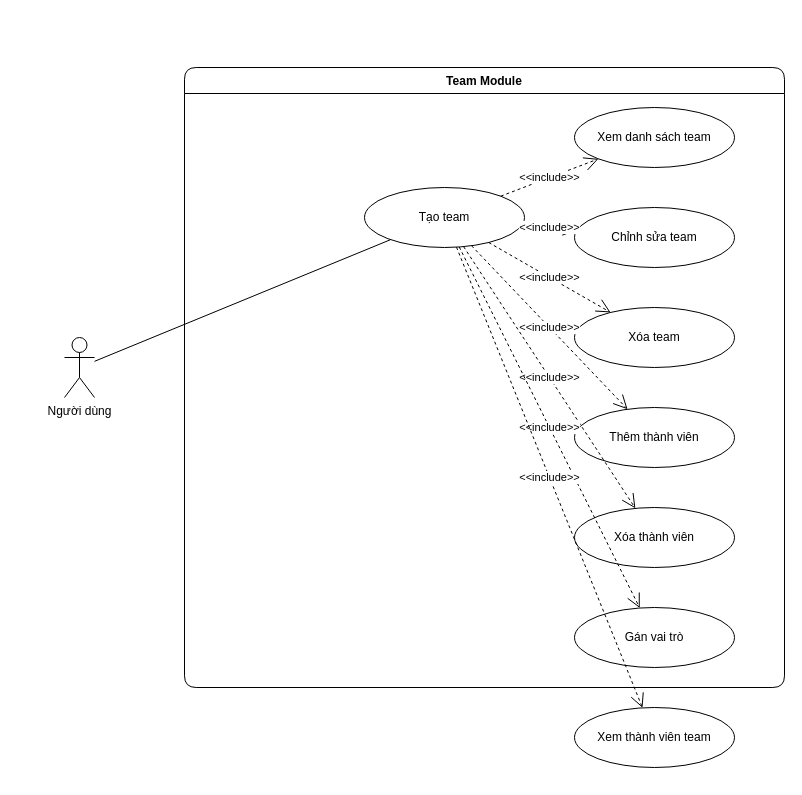
NhatTanEDU/Web_UniPlan keeps this draw.io diagram as drawio/USECASE/Team.usecase.drawio. Above is the earlier version. Source tidied: cells renumbered, new cells numbered last; positions are measured from the earlier drawing's top-left corner, leaving out a move shared by most shapes. Both pictures are drawn from the tidied source at 100%, with x=0, y=0 at pixel (64, 67).
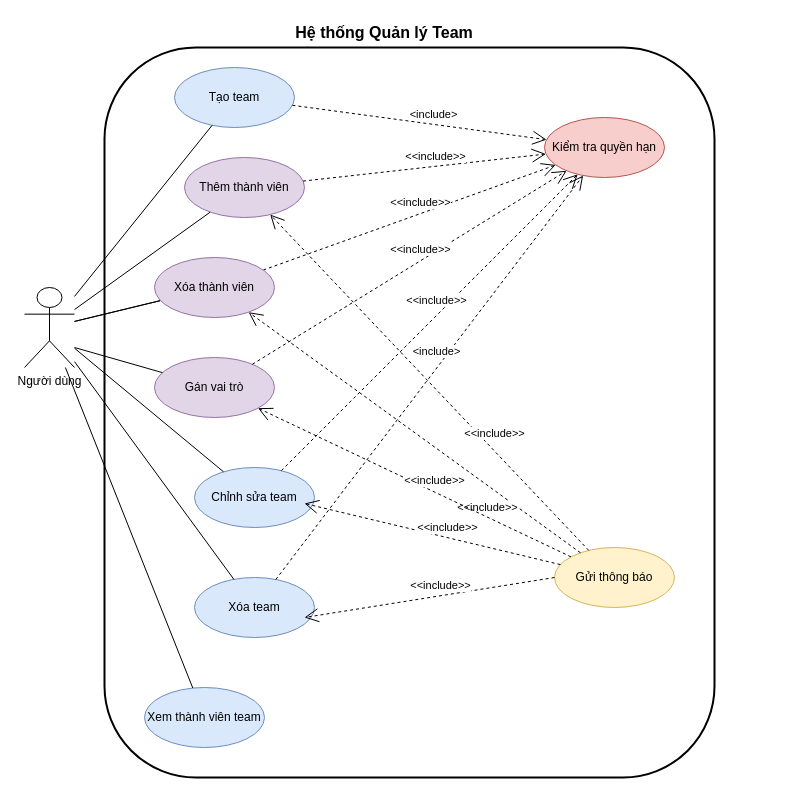
The same diagram, later.

What changed in the source:
```diff
@@
     <mxCell id="2" value="Người dùng" style="shape=umlActor;verticalLabelPosition=bottom;verticalAlign=top;html=1;outlineConnect=0;" parent="1" vertex="1">
-      <mxGeometry y="270" width="30" height="60" as="geometry" />
+      <mxGeometry x="-40" y="220" width="50" height="80" as="geometry" />
     </mxCell>
+    <mxCell id="20" value="Hệ thống Quản lý Team" style="text;html=1;strokeColor=none;fillColor=none;align=center;verticalAlign=middle;whiteSpace=wrap;rounded=0;fontSize=16;fontStyle=1;" parent="1" vertex="1">
+      <mxGeometry x="220" y="-50" width="200" height="30" as="geometry" />
+    </mxCell>
-    <mxCell id="3" value="Team Module" style="swimlane;fontStyle=1;align=center;verticalAlign=top;horizontal=1;startSize=26;rounded=1;" parent="1" vertex="1">
-      <mxGeometry x="120" width="600" height="620" as="geometry" />
+    <mxCell id="3" style="rounded=1;whiteSpace=wrap;html=1;strokeWidth=2;fillColor=none;dashed=0;strokeColor=#000000;fontStyle=1;fontSize=14;" parent="1" vertex="1">
+      <mxGeometry x="40" y="-20" width="610" height="730" as="geometry" />
     </mxCell>
-    <mxCell id="4" value="Tạo team" style="ellipse;whiteSpace=wrap;html=1;" parent="3" vertex="1">
-      <mxGeometry x="180" y="120" width="160" height="60" as="geometry" />
+    <mxCell id="4" value="Tạo team" style="ellipse;whiteSpace=wrap;html=1;fillColor=#dae8fc;strokeColor=#6c8ebf;" parent="1" vertex="1">
+      <mxGeometry x="110" width="120" height="60" as="geometry" />
     </mxCell>
-    <mxCell id="5" value="Xem danh sách team" style="ellipse;whiteSpace=wrap;html=1;" parent="3" vertex="1">
-      <mxGeometry x="390" y="40" width="160" height="60" as="geometry" />
-    </mxCell>
-    <mxCell id="6" value="Chỉnh sửa team" style="ellipse;whiteSpace=wrap;html=1;" parent="3" vertex="1">
-      <mxGeometry x="390" y="140" width="160" height="60" as="geometry" />
+    <mxCell id="6" value="Chỉnh sửa team" style="ellipse;whiteSpace=wrap;html=1;fillColor=#dae8fc;strokeColor=#6c8ebf;" parent="1" vertex="1">
+      <mxGeometry x="130" y="400" width="120" height="60" as="geometry" />
     </mxCell>
-    <mxCell id="7" value="Xóa team" style="ellipse;whiteSpace=wrap;html=1;" parent="3" vertex="1">
-      <mxGeometry x="390" y="240" width="160" height="60" as="geometry" />
+    <mxCell id="7" value="Xóa team" style="ellipse;whiteSpace=wrap;html=1;fillColor=#dae8fc;strokeColor=#6c8ebf;" parent="1" vertex="1">
+      <mxGeometry x="130" y="510" width="120" height="60" as="geometry" />
     </mxCell>
-    <mxCell id="8" value="Thêm thành viên" style="ellipse;whiteSpace=wrap;html=1;" parent="3" vertex="1">
-      <mxGeometry x="390" y="340" width="160" height="60" as="geometry" />
+    <mxCell id="8" value="Thêm thành viên" style="ellipse;whiteSpace=wrap;html=1;fillColor=#e1d5e7;strokeColor=#9673a6;" parent="1" vertex="1">
+      <mxGeometry x="120" y="90" width="120" height="60" as="geometry" />
     </mxCell>
-    <mxCell id="9" value="Xóa thành viên" style="ellipse;whiteSpace=wrap;html=1;" parent="3" vertex="1">
-      <mxGeometry x="390" y="440" width="160" height="60" as="geometry" />
-    </mxCell>
-    <mxCell id="10" value="Gán vai trò" style="ellipse;whiteSpace=wrap;html=1;" parent="3" vertex="1">
-      <mxGeometry x="390" y="540" width="160" height="60" as="geometry" />
+    <mxCell id="10" value="Gán vai trò" style="ellipse;whiteSpace=wrap;html=1;fillColor=#e1d5e7;strokeColor=#9673a6;" parent="1" vertex="1">
+      <mxGeometry x="90" y="290" width="120" height="60" as="geometry" />
     </mxCell>
-    <mxCell id="11" value="Xem thành viên team" style="ellipse;whiteSpace=wrap;html=1;" parent="3" vertex="1">
-      <mxGeometry x="390" y="640" width="160" height="60" as="geometry" />
+    <mxCell id="11" value="Xem thành viên team" style="ellipse;whiteSpace=wrap;html=1;fillColor=#dae8fc;strokeColor=#6c8ebf;" parent="1" vertex="1">
+      <mxGeometry x="80" y="620" width="120" height="60" as="geometry" />
     </mxCell>
+    <mxCell id="21" value="Kiểm tra quyền hạn" style="ellipse;whiteSpace=wrap;html=1;fillColor=#f8cecc;strokeColor=#b85450;" parent="1" vertex="1">
+      <mxGeometry x="480" y="50" width="120" height="60" as="geometry" />
+    </mxCell>
+    <mxCell id="22" value="Gửi thông báo" style="ellipse;whiteSpace=wrap;html=1;fillColor=#fff2cc;strokeColor=#d6b656;" parent="1" vertex="1">
+      <mxGeometry x="490" y="480" width="120" height="60" as="geometry" />
+    </mxCell>
@@
+    <mxCell id="23" style="endArrow=none;html=1;rounded=0;" parent="1" edge="1" source="2" target="6">
+      <mxGeometry relative="1" as="geometry" />
+    </mxCell>
+    <mxCell id="24" style="endArrow=none;html=1;rounded=0;" parent="1" edge="1" source="2" target="7">
+      <mxGeometry relative="1" as="geometry" />
+    </mxCell>
+    <mxCell id="25" style="endArrow=none;html=1;rounded=0;" parent="1" edge="1" source="2" target="8">
+      <mxGeometry relative="1" as="geometry" />
+    </mxCell>
+    <mxCell id="26" style="endArrow=none;html=1;rounded=0;" parent="1" edge="1" source="2" target="9">
+      <mxGeometry relative="1" as="geometry" />
+    </mxCell>
+    <mxCell id="27" style="endArrow=none;html=1;rounded=0;" parent="1" edge="1" target="10">
+      <mxGeometry relative="1" as="geometry">
+        <mxPoint x="10" y="280" as="sourcePoint" />
+      </mxGeometry>
+    </mxCell>
+    <mxCell id="28" style="endArrow=none;html=1;rounded=0;" parent="1" edge="1" source="2" target="11">
+      <mxGeometry relative="1" as="geometry" />
+    </mxCell>
-    <mxCell id="13" value="&lt;div&gt;&amp;lt;&amp;lt;include&amp;gt;&amp;gt;&lt;/div&gt;" style="endArrow=open;endSize=12;dashed=1;html=1;rounded=0;" parent="1" edge="1" source="4" target="5">
-      <mxGeometry relative="1" as="geometry" />
+    <mxCell id="13" value="&amp;lt;include&amp;gt;" style="endArrow=open;endSize=12;dashed=1;html=1;rounded=0;labelPosition=center;verticalLabelPosition=middle;align=center;verticalAlign=middle;" parent="1" edge="1" source="4" target="21">
+      <mxGeometry x="0.1" y="10" relative="1" as="geometry" />
     </mxCell>
-    <mxCell id="14" value="&lt;div&gt;&amp;lt;&amp;lt;include&amp;gt;&amp;gt;&lt;/div&gt;" style="endArrow=open;endSize=12;dashed=1;html=1;rounded=0;" parent="1" edge="1" source="4" target="6">
-      <mxGeometry relative="1" as="geometry" />
+    <mxCell id="14" value="&amp;lt;&amp;lt;include&amp;gt;&amp;gt;" style="endArrow=open;endSize=12;dashed=1;html=1;rounded=0;labelPosition=center;verticalLabelPosition=middle;align=center;verticalAlign=middle;" parent="1" edge="1" source="6" target="21">
+      <mxGeometry x="0.1" y="10" relative="1" as="geometry" />
     </mxCell>
-    <mxCell id="15" value="&lt;div&gt;&amp;lt;&amp;lt;include&amp;gt;&amp;gt;&lt;/div&gt;" style="endArrow=open;endSize=12;dashed=1;html=1;rounded=0;" parent="1" edge="1" source="4" target="7">
-      <mxGeometry relative="1" as="geometry" />
+    <mxCell id="15" value="&amp;lt;include&amp;gt;" style="endArrow=open;endSize=12;dashed=1;html=1;rounded=0;labelPosition=center;verticalLabelPosition=middle;align=center;verticalAlign=middle;" parent="1" edge="1" source="7" target="21">
+      <mxGeometry x="0.1" y="10" relative="1" as="geometry" />
     </mxCell>
-    <mxCell id="16" value="&lt;div&gt;&amp;lt;&amp;lt;include&amp;gt;&amp;gt;&lt;/div&gt;" style="endArrow=open;endSize=12;dashed=1;html=1;rounded=0;" parent="1" edge="1" source="4" target="8">
-      <mxGeometry relative="1" as="geometry" />
+    <mxCell id="16" value="&amp;lt;&amp;lt;include&amp;gt;&amp;gt;" style="endArrow=open;endSize=12;dashed=1;html=1;rounded=0;labelPosition=center;verticalLabelPosition=middle;align=center;verticalAlign=middle;" parent="1" edge="1" source="8" target="21">
+      <mxGeometry x="0.1" y="10" relative="1" as="geometry" />
     </mxCell>
-    <mxCell id="17" value="&lt;div&gt;&amp;lt;&amp;lt;include&amp;gt;&amp;gt;&lt;/div&gt;" style="endArrow=open;endSize=12;dashed=1;html=1;rounded=0;" parent="1" edge="1" source="4" target="9">
-      <mxGeometry relative="1" as="geometry" />
+    <mxCell id="17" value="&amp;lt;&amp;lt;include&amp;gt;&amp;gt;" style="endArrow=open;endSize=12;dashed=1;html=1;rounded=0;labelPosition=center;verticalLabelPosition=middle;align=center;verticalAlign=middle;" parent="1" edge="1" source="9" target="21">
+      <mxGeometry x="0.1" y="10" relative="1" as="geometry" />
     </mxCell>
-    <mxCell id="18" value="&lt;div&gt;&amp;lt;&amp;lt;include&amp;gt;&amp;gt;&lt;/div&gt;" style="endArrow=open;endSize=12;dashed=1;html=1;rounded=0;" parent="1" edge="1" source="4" target="10">
-      <mxGeometry relative="1" as="geometry" />
+    <mxCell id="18" value="&amp;lt;&amp;lt;include&amp;gt;&amp;gt;" style="endArrow=open;endSize=12;dashed=1;html=1;rounded=0;labelPosition=center;verticalLabelPosition=middle;align=center;verticalAlign=middle;" parent="1" edge="1" source="10" target="21">
+      <mxGeometry x="0.1" y="10" relative="1" as="geometry" />
     </mxCell>
-    <mxCell id="19" value="&lt;div&gt;&amp;lt;&amp;lt;include&amp;gt;&amp;gt;&lt;/div&gt;" style="endArrow=open;endSize=12;dashed=1;html=1;rounded=0;" parent="1" edge="1" source="4" target="11">
-      <mxGeometry relative="1" as="geometry" />
+    <mxCell id="19" value="&amp;lt;&amp;lt;include&amp;gt;&amp;gt;" style="endArrow=open;endSize=12;dashed=1;html=1;rounded=0;labelPosition=center;verticalLabelPosition=middle;align=center;verticalAlign=middle;" parent="1" edge="1" source="22" target="8">
+      <mxGeometry x="-0.35" y="-12" relative="1" as="geometry" />
     </mxCell>
+    <mxCell id="29" value="&amp;lt;&amp;lt;include&amp;gt;&amp;gt;" style="endArrow=open;endSize=12;dashed=1;html=1;rounded=0;labelPosition=center;verticalLabelPosition=middle;align=center;verticalAlign=middle;" parent="1" edge="1" source="22" target="9">
+      <mxGeometry x="-0.5" y="18" relative="1" as="geometry" />
+    </mxCell>
+    <mxCell id="30" value="&amp;lt;&amp;lt;include&amp;gt;&amp;gt;" style="endArrow=open;endSize=12;dashed=1;html=1;rounded=0;labelPosition=center;verticalLabelPosition=middle;align=center;verticalAlign=middle;" parent="1" edge="1" source="22" target="10">
+      <mxGeometry x="-0.1" y="-10" relative="1" as="geometry" />
+    </mxCell>
+    <mxCell id="31" style="endArrow=none;html=1;rounded=0;" parent="1" edge="1" source="2" target="9">
+      <mxGeometry relative="1" as="geometry" />
+    </mxCell>
+    <mxCell id="9" value="Xóa thành viên" style="ellipse;whiteSpace=wrap;html=1;fillColor=#e1d5e7;strokeColor=#9673a6;" parent="1" vertex="1">
+      <mxGeometry x="90" y="190" width="120" height="60" as="geometry" />
+    </mxCell>
+    <mxCell id="32" value="&amp;lt;&amp;lt;include&amp;gt;&amp;gt;" style="endArrow=open;endSize=12;dashed=1;html=1;rounded=0;labelPosition=center;verticalLabelPosition=middle;align=center;verticalAlign=middle;" parent="1" edge="1" source="22">
+      <mxGeometry x="-0.1" y="-10" relative="1" as="geometry">
+        <mxPoint x="240" y="436" as="targetPoint" />
+      </mxGeometry>
+    </mxCell>
+    <mxCell id="33" value="&amp;lt;&amp;lt;include&amp;gt;&amp;gt;" style="endArrow=open;endSize=12;dashed=1;html=1;rounded=0;labelPosition=center;verticalLabelPosition=middle;align=center;verticalAlign=middle;exitX=0;exitY=0.5;exitDx=0;exitDy=0;" parent="1" edge="1" source="22">
+      <mxGeometry x="-0.1" y="-10" relative="1" as="geometry">
+        <mxPoint x="240" y="550" as="targetPoint" />
+      </mxGeometry>
+    </mxCell>
```
